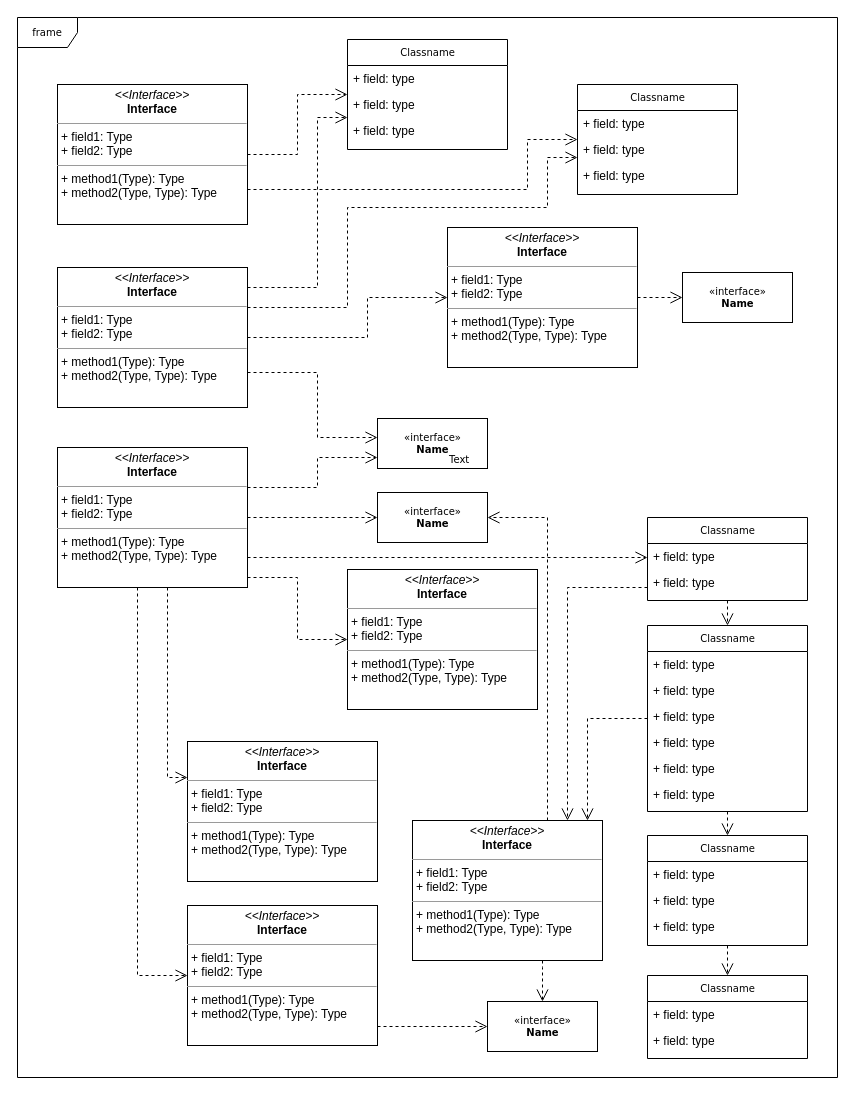
Before: 6310:SoftwareArchitecture&Design_Assignment1.drawio in georgenoumeh/CS_Diagrams, a draw.io diagram. Source tidied: cells renumbered, new cells numbered last; positions are measured from the earlier drawing's top-left corner, leaving out a move shared by most shapes. Both pictures are drawn from the tidied source at 100%, with x=0, y=0 at pixel (17, 17).
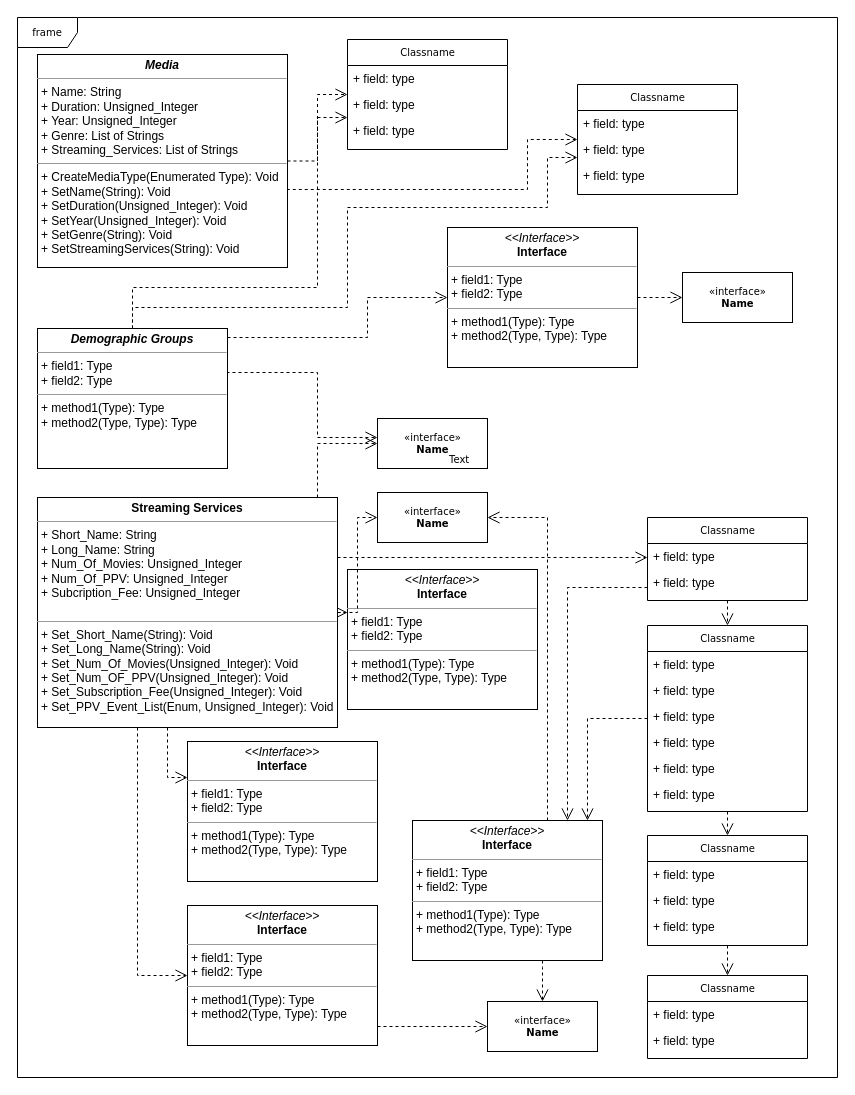
After the change.

Change to the diagram source:
```diff
@@
-    <mxCell id="48" value="&lt;p style=&quot;margin:0px;margin-top:4px;text-align:center;&quot;&gt;&lt;i&gt;&amp;lt;&amp;lt;Interface&amp;gt;&amp;gt;&lt;/i&gt;&lt;br/&gt;&lt;b&gt;Interface&lt;/b&gt;&lt;/p&gt;&lt;hr size=&quot;1&quot;/&gt;&lt;p style=&quot;margin:0px;margin-left:4px;&quot;&gt;+ field1: Type&lt;br/&gt;+ field2: Type&lt;/p&gt;&lt;hr size=&quot;1&quot;/&gt;&lt;p style=&quot;margin:0px;margin-left:4px;&quot;&gt;+ method1(Type): Type&lt;br/&gt;+ method2(Type, Type): Type&lt;/p&gt;" style="verticalAlign=top;align=left;overflow=fill;fontSize=12;fontFamily=Helvetica;html=1;rounded=0;shadow=0;comic=0;labelBackgroundColor=none;strokeWidth=1;" parent="1" vertex="1">
-      <mxGeometry x="40" y="67" width="190" height="140" as="geometry" />
+    <mxCell id="48" value="&lt;p style=&quot;margin: 0px ; margin-top: 4px ; text-align: center&quot;&gt;&lt;b&gt;&lt;i&gt;Media&lt;/i&gt;&lt;/b&gt;&lt;/p&gt;&lt;hr size=&quot;1&quot;&gt;&lt;p style=&quot;margin: 0px ; margin-left: 4px&quot;&gt;+ Name: String&lt;br&gt;+ Duration: Unsigned_Integer&lt;/p&gt;&lt;p style=&quot;margin: 0px ; margin-left: 4px&quot;&gt;+ Year: Unsigned_Integer&lt;/p&gt;&lt;p style=&quot;margin: 0px ; margin-left: 4px&quot;&gt;+ Genre: List of Strings&lt;/p&gt;&lt;p style=&quot;margin: 0px ; margin-left: 4px&quot;&gt;+ Streaming_Services: List of Strings&lt;br&gt;&lt;/p&gt;&lt;hr size=&quot;1&quot;&gt;&lt;p style=&quot;margin: 0px ; margin-left: 4px&quot;&gt;+ CreateMediaType(Enumerated Type): Void&lt;br&gt;+ SetName(String): Void&lt;/p&gt;&lt;p style=&quot;margin: 0px ; margin-left: 4px&quot;&gt;+ SetDuration(Unsigned_Integer): Void&lt;br&gt;&lt;/p&gt;&lt;p style=&quot;margin: 0px ; margin-left: 4px&quot;&gt;+ SetYear(Unsigned_Integer): Void&lt;br&gt;&lt;/p&gt;&lt;p style=&quot;margin: 0px ; margin-left: 4px&quot;&gt;+ SetGenre(String): Void&lt;br&gt;&lt;/p&gt;&lt;p style=&quot;margin: 0px ; margin-left: 4px&quot;&gt;+ SetStreamingServices(String): Void&lt;br&gt;&lt;/p&gt;" style="verticalAlign=top;align=left;overflow=fill;fontSize=12;fontFamily=Helvetica;html=1;rounded=0;shadow=0;comic=0;labelBackgroundColor=none;strokeWidth=1;" parent="1" vertex="1">
+      <mxGeometry x="20" y="37" width="250" height="213" as="geometry" />
     </mxCell>
@@
-    <mxCell id="53" value="&lt;p style=&quot;margin:0px;margin-top:4px;text-align:center;&quot;&gt;&lt;i&gt;&amp;lt;&amp;lt;Interface&amp;gt;&amp;gt;&lt;/i&gt;&lt;br/&gt;&lt;b&gt;Interface&lt;/b&gt;&lt;/p&gt;&lt;hr size=&quot;1&quot;/&gt;&lt;p style=&quot;margin:0px;margin-left:4px;&quot;&gt;+ field1: Type&lt;br/&gt;+ field2: Type&lt;/p&gt;&lt;hr size=&quot;1&quot;/&gt;&lt;p style=&quot;margin:0px;margin-left:4px;&quot;&gt;+ method1(Type): Type&lt;br/&gt;+ method2(Type, Type): Type&lt;/p&gt;" style="verticalAlign=top;align=left;overflow=fill;fontSize=12;fontFamily=Helvetica;html=1;rounded=0;shadow=0;comic=0;labelBackgroundColor=none;strokeWidth=1;" parent="1" vertex="1">
-      <mxGeometry x="40" y="250" width="190" height="140" as="geometry" />
+    <mxCell id="53" value="&lt;p style=&quot;margin: 0px ; margin-top: 4px ; text-align: center&quot;&gt;&lt;i&gt;&lt;b&gt;Demographic Groups&lt;/b&gt;&lt;/i&gt;&lt;/p&gt;&lt;hr size=&quot;1&quot;&gt;&lt;p style=&quot;margin: 0px ; margin-left: 4px&quot;&gt;+ field1: Type&lt;br&gt;+ field2: Type&lt;/p&gt;&lt;hr size=&quot;1&quot;&gt;&lt;p style=&quot;margin: 0px ; margin-left: 4px&quot;&gt;+ method1(Type): Type&lt;br&gt;+ method2(Type, Type): Type&lt;/p&gt;" style="verticalAlign=top;align=left;overflow=fill;fontSize=12;fontFamily=Helvetica;html=1;rounded=0;shadow=0;comic=0;labelBackgroundColor=none;strokeWidth=1;" parent="1" vertex="1">
+      <mxGeometry x="20" y="311" width="190" height="140" as="geometry" />
     </mxCell>
@@
-    <mxCell id="60" value="&lt;p style=&quot;margin:0px;margin-top:4px;text-align:center;&quot;&gt;&lt;i&gt;&amp;lt;&amp;lt;Interface&amp;gt;&amp;gt;&lt;/i&gt;&lt;br/&gt;&lt;b&gt;Interface&lt;/b&gt;&lt;/p&gt;&lt;hr size=&quot;1&quot;/&gt;&lt;p style=&quot;margin:0px;margin-left:4px;&quot;&gt;+ field1: Type&lt;br/&gt;+ field2: Type&lt;/p&gt;&lt;hr size=&quot;1&quot;/&gt;&lt;p style=&quot;margin:0px;margin-left:4px;&quot;&gt;+ method1(Type): Type&lt;br/&gt;+ method2(Type, Type): Type&lt;/p&gt;" style="verticalAlign=top;align=left;overflow=fill;fontSize=12;fontFamily=Helvetica;html=1;rounded=0;shadow=0;comic=0;labelBackgroundColor=none;strokeWidth=1;" parent="1" vertex="1">
-      <mxGeometry x="40" y="430" width="190" height="140" as="geometry" />
+    <mxCell id="60" value="&lt;p style=&quot;margin: 0px ; margin-top: 4px ; text-align: center&quot;&gt;&lt;b&gt;Streaming Services&lt;/b&gt;&lt;/p&gt;&lt;hr size=&quot;1&quot;&gt;&lt;p style=&quot;margin: 0px ; margin-left: 4px&quot;&gt;+ Short_Name: String&lt;br&gt;+ Long_Name: String&lt;/p&gt;&lt;p style=&quot;margin: 0px ; margin-left: 4px&quot;&gt;+ Num_Of_Movies: Unsigned_Integer&lt;br&gt;&lt;/p&gt;&lt;p style=&quot;margin: 0px ; margin-left: 4px&quot;&gt;+ Num_Of_PPV: Unsigned_Integer&lt;/p&gt;&lt;p style=&quot;margin: 0px ; margin-left: 4px&quot;&gt;+ Subcription_Fee: Unsigned_Integer&lt;br&gt;&lt;/p&gt;&lt;p style=&quot;margin: 0px ; margin-left: 4px&quot;&gt;&lt;br&gt;&lt;/p&gt;&lt;hr size=&quot;1&quot;&gt;&lt;p style=&quot;margin: 0px ; margin-left: 4px&quot;&gt;+ Set_Short_Name(String): Void&lt;br&gt;+ Set_Long_Name(String): Void&lt;br&gt;&lt;/p&gt;&lt;p style=&quot;margin: 0px ; margin-left: 4px&quot;&gt;+ Set_Num_Of_Movies(Unsigned_Integer): Void&lt;br&gt;&lt;/p&gt;&lt;p style=&quot;margin: 0px ; margin-left: 4px&quot;&gt;+ Set_Num_OF_PPV(Unsigned_Integer): Void&lt;br&gt;&lt;/p&gt;&lt;p style=&quot;margin: 0px ; margin-left: 4px&quot;&gt;+ Set_Subscription_Fee(Unsigned_Integer): Void&lt;br&gt;&lt;/p&gt;&lt;p style=&quot;margin: 0px ; margin-left: 4px&quot;&gt;+ Set_PPV_Event_List(Enum, Unsigned_Integer): Void&lt;br&gt;&lt;/p&gt;" style="verticalAlign=top;align=left;overflow=fill;fontSize=12;fontFamily=Helvetica;html=1;rounded=0;shadow=0;comic=0;labelBackgroundColor=none;strokeWidth=1;" parent="1" vertex="1">
+      <mxGeometry x="20" y="480" width="300" height="230" as="geometry" />
     </mxCell>
```
